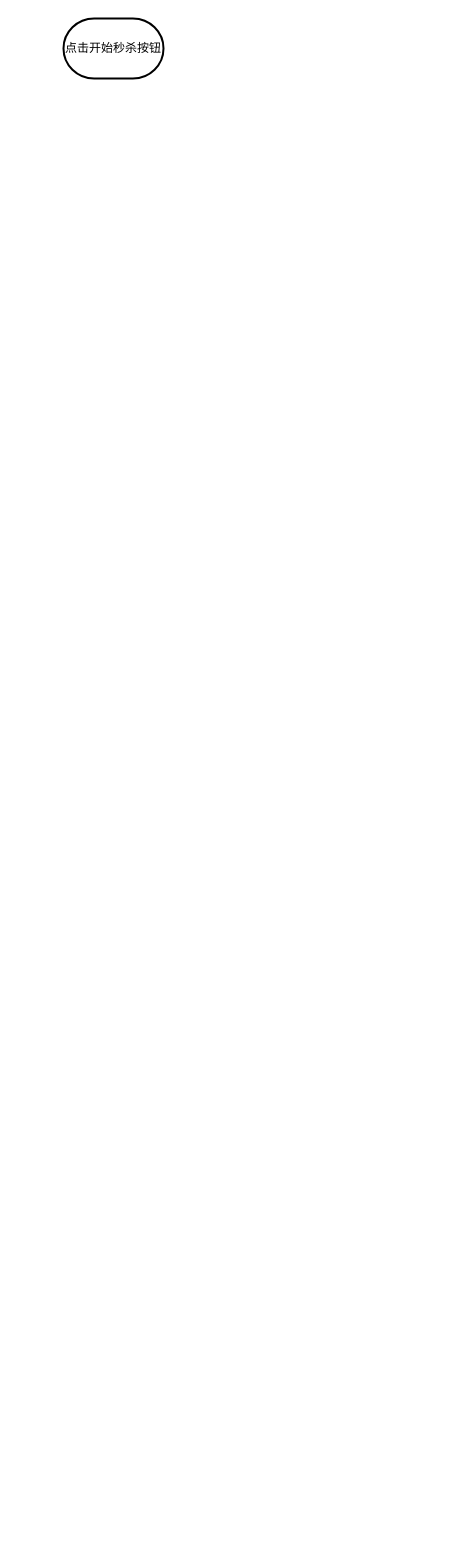
Above: 秒杀商品流程图.drawio in jacbo-emm/mall (draw.io), before the change. Source tidied: cells renumbered, new cells numbered last; positions are measured from the earlier drawing's top-left corner, leaving out a move shared by most shapes. Both pictures are drawn from the tidied source at 100%, with x=0, y=0 at pixel (63, 18).
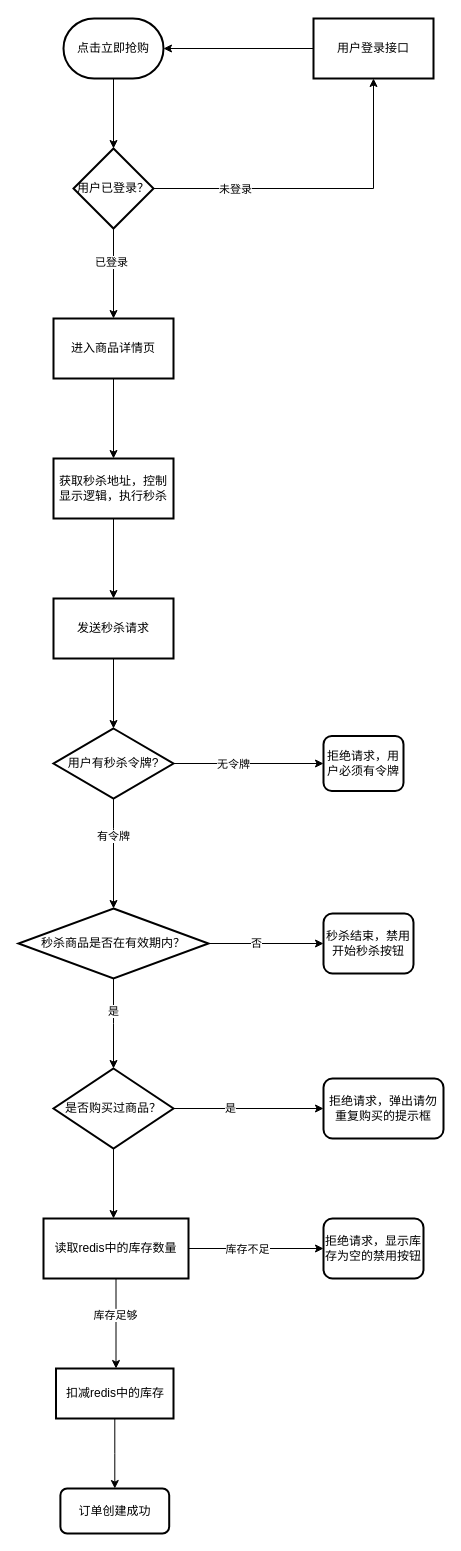
The same diagram, later.

Commit message:
更新秒杀商品流程图.drawio

Diff of the diagram source:
```diff
@@
+    <mxCell id="3" style="edgeStyle=orthogonalEdgeStyle;rounded=0;jettySize=auto;html=1;" parent="1" edge="1" source="2" target="8">
+      <mxGeometry relative="1" as="geometry" />
+    </mxCell>
-    <mxCell id="2" value="点击开始秒杀按钮" style="strokeWidth=2;html=1;shape=mxgraph.flowchart.terminator;whiteSpace=wrap;" parent="1" vertex="1">
+    <mxCell id="2" value="点击立即抢购" style="strokeWidth=2;html=1;shape=mxgraph.flowchart.terminator;whiteSpace=wrap;" parent="1" vertex="1">
       <mxGeometry width="100" height="60" as="geometry" />
     </mxCell>
+    <mxCell id="4" style="edgeStyle=orthogonalEdgeStyle;rounded=0;jettySize=auto;html=1;" parent="1" edge="1" source="8" target="9">
+      <mxGeometry relative="1" as="geometry" />
+    </mxCell>
+    <mxCell id="5" value="未登录" style="edgeLabel;html=1;align=center;verticalAlign=middle;" parent="4" vertex="1">
+      <mxGeometry x="-0.51" y="-2" relative="1" as="geometry">
+        <mxPoint y="-2" as="offset" />
+      </mxGeometry>
+    </mxCell>
+    <mxCell id="6" style="edgeStyle=orthogonalEdgeStyle;rounded=0;jettySize=auto;html=1;" parent="1" edge="1" source="8" target="12">
+      <mxGeometry relative="1" as="geometry" />
+    </mxCell>
+    <mxCell id="7" value="已登录" style="edgeLabel;html=1;align=center;verticalAlign=middle;" parent="6" vertex="1">
+      <mxGeometry x="-0.27" y="-3" relative="1" as="geometry" />
+    </mxCell>
+    <mxCell id="8" value="用户已登录？" style="rhombus;whiteSpace=wrap;html=1;strokeWidth=2;" parent="1" vertex="1">
+      <mxGeometry x="10" y="130" width="80" height="80" as="geometry" />
+    </mxCell>
+    <mxCell id="9" value="用户登录接口" style="whiteSpace=wrap;html=1;strokeWidth=2;" parent="1" vertex="1">
+      <mxGeometry x="250" width="120" height="60" as="geometry" />
+    </mxCell>
+    <mxCell id="10" style="endArrow=classic;html=1;rounded=0;exitX=0;exitY=0.5;exitDx=0;exitDy=0;entryX=1;entryY=0.5;entryDx=0;entryDy=0;entryPerimeter=0;" parent="1" edge="1" source="9" target="2">
+      <mxGeometry relative="1" as="geometry" />
+    </mxCell>
+    <mxCell id="11" style="edgeStyle=orthogonalEdgeStyle;rounded=0;jettySize=auto;html=1;" parent="1" edge="1" source="12" target="14">
+      <mxGeometry relative="1" as="geometry" />
+    </mxCell>
+    <mxCell id="12" value="进入商品详情页" style="whiteSpace=wrap;html=1;strokeWidth=2;" parent="1" vertex="1">
+      <mxGeometry x="-10" y="300" width="120" height="60" as="geometry" />
+    </mxCell>
+    <mxCell id="13" style="edgeStyle=orthogonalEdgeStyle;rounded=0;jettySize=auto;html=1;" parent="1" edge="1" source="14" target="16">
+      <mxGeometry relative="1" as="geometry" />
+    </mxCell>
+    <mxCell id="14" value="获取秒杀地址，控制显示逻辑，执行秒杀" style="whiteSpace=wrap;html=1;strokeWidth=2;" parent="1" vertex="1">
+      <mxGeometry x="-10" y="440" width="120" height="60" as="geometry" />
+    </mxCell>
+    <mxCell id="15" style="edgeStyle=orthogonalEdgeStyle;rounded=0;jettySize=auto;html=1;" parent="1" edge="1" source="16" target="21">
+      <mxGeometry relative="1" as="geometry" />
+    </mxCell>
+    <mxCell id="16" value="发送秒杀请求" style="whiteSpace=wrap;html=1;strokeWidth=2;" parent="1" vertex="1">
+      <mxGeometry x="-10" y="580" width="120" height="60" as="geometry" />
+    </mxCell>
+    <mxCell id="17" style="edgeStyle=orthogonalEdgeStyle;rounded=0;jettySize=auto;html=1;" parent="1" edge="1" source="21" target="22">
+      <mxGeometry relative="1" as="geometry" />
+    </mxCell>
+    <mxCell id="18" value="无令牌" style="edgeLabel;html=1;align=center;verticalAlign=middle;" parent="17" vertex="1">
+      <mxGeometry x="-0.21" y="-3" relative="1" as="geometry">
+        <mxPoint y="-3" as="offset" />
+      </mxGeometry>
+    </mxCell>
+    <mxCell id="19" style="edgeStyle=orthogonalEdgeStyle;rounded=0;jettySize=auto;html=1;" parent="1" edge="1" source="21" target="27">
+      <mxGeometry relative="1" as="geometry">
+        <Array as="points">
+          <mxPoint x="50" y="810" />
+          <mxPoint x="50" y="810" />
+        </Array>
+      </mxGeometry>
+    </mxCell>
+    <mxCell id="20" value="有令牌" style="edgeLabel;html=1;align=center;verticalAlign=middle;" parent="19" vertex="1">
+      <mxGeometry x="-0.33" y="-1" relative="1" as="geometry" />
+    </mxCell>
+    <mxCell id="21" value="用户有秒杀令牌?" style="rhombus;whiteSpace=wrap;html=1;strokeWidth=2;" parent="1" vertex="1">
+      <mxGeometry x="-10" y="710" width="120" height="70" as="geometry" />
+    </mxCell>
+    <mxCell id="22" value="拒绝请求，用户必须有令牌" style="rounded=1;whiteSpace=wrap;html=1;strokeWidth=2;" parent="1" vertex="1">
+      <mxGeometry x="260" y="717.5" width="80" height="55" as="geometry" />
+    </mxCell>
+    <mxCell id="23" style="edgeStyle=orthogonalEdgeStyle;rounded=0;jettySize=auto;html=1;" parent="1" edge="1" source="27" target="28">
+      <mxGeometry relative="1" as="geometry" />
+    </mxCell>
+    <mxCell id="24" value="否" style="edgeLabel;html=1;align=center;verticalAlign=middle;" parent="23" vertex="1">
+      <mxGeometry x="-0.19" y="1" relative="1" as="geometry" />
+    </mxCell>
+    <mxCell id="25" style="edgeStyle=orthogonalEdgeStyle;rounded=0;jettySize=auto;html=1;" parent="1" edge="1" source="27">
+      <mxGeometry relative="1" as="geometry">
+        <mxPoint x="50" y="1050" as="targetPoint" />
+      </mxGeometry>
+    </mxCell>
+    <mxCell id="26" value="是" style="edgeLabel;html=1;align=center;verticalAlign=middle;" parent="25" vertex="1">
+      <mxGeometry x="-0.29" y="-1" relative="1" as="geometry" />
+    </mxCell>
+    <mxCell id="27" value="秒杀商品是否在有效期内？" style="rhombus;whiteSpace=wrap;html=1;strokeWidth=2;" parent="1" vertex="1">
+      <mxGeometry x="-45" y="890" width="190" height="70" as="geometry" />
+    </mxCell>
+    <mxCell id="28" value="秒杀结束，禁用开始秒杀按钮" style="rounded=1;whiteSpace=wrap;html=1;strokeWidth=2;" parent="1" vertex="1">
+      <mxGeometry x="260" y="895" width="90" height="60" as="geometry" />
+    </mxCell>
+    <mxCell id="29" style="edgeStyle=orthogonalEdgeStyle;rounded=0;jettySize=auto;html=1;" parent="1" edge="1" source="31" target="40">
+      <mxGeometry relative="1" as="geometry" />
+    </mxCell>
+    <mxCell id="30" value="是" style="edgeLabel;html=1;align=center;verticalAlign=middle;" parent="29" vertex="1">
+      <mxGeometry x="-0.26" y="1" relative="1" as="geometry" />
+    </mxCell>
+    <mxCell id="31" value="是否购买过商品？" style="strokeWidth=2;html=1;shape=mxgraph.flowchart.decision;whiteSpace=wrap;" parent="1" vertex="1">
+      <mxGeometry x="-10" y="1050" width="120" height="80" as="geometry" />
+    </mxCell>
+    <mxCell id="32" style="edgeStyle=orthogonalEdgeStyle;rounded=0;jettySize=auto;html=1;" parent="1" edge="1" source="36" target="37">
+      <mxGeometry relative="1" as="geometry" />
+    </mxCell>
+    <mxCell id="33" value="库存不足" style="edgeLabel;html=1;align=center;verticalAlign=middle;" parent="32" vertex="1">
+      <mxGeometry x="-0.23" y="2" relative="1" as="geometry">
+        <mxPoint x="6" y="2" as="offset" />
+      </mxGeometry>
+    </mxCell>
+    <mxCell id="34" style="edgeStyle=orthogonalEdgeStyle;rounded=0;jettySize=auto;html=1;" parent="1" edge="1" source="36" target="42">
+      <mxGeometry relative="1" as="geometry">
+        <Array as="points">
+          <mxPoint x="53" y="1290" />
+          <mxPoint x="53" y="1290" />
+        </Array>
+      </mxGeometry>
+    </mxCell>
+    <mxCell id="35" value="库存足够" style="edgeLabel;html=1;align=center;verticalAlign=middle;" parent="34" vertex="1">
+      <mxGeometry x="-0.19" y="-1" relative="1" as="geometry" />
+    </mxCell>
+    <mxCell id="36" value="读取redis中的库存数量" style="whiteSpace=wrap;html=1;strokeWidth=2;" parent="1" vertex="1">
+      <mxGeometry x="-20" y="1200" width="145" height="60" as="geometry" />
+    </mxCell>
+    <mxCell id="37" value="拒绝请求，显示库存为空的禁用按钮" style="rounded=1;whiteSpace=wrap;html=1;strokeWidth=2;" parent="1" vertex="1">
+      <mxGeometry x="260" y="1200" width="100" height="60" as="geometry" />
+    </mxCell>
+    <mxCell id="38" style="edgeStyle=orthogonalEdgeStyle;rounded=0;orthogonalLoop=1;jettySize=auto;html=1;exitX=0.5;exitY=1;exitDx=0;exitDy=0;" parent="1" edge="1" source="37" target="37">
+      <mxGeometry relative="1" as="geometry" />
+    </mxCell>
+    <mxCell id="39" style="endArrow=classic;html=1;rounded=0;exitX=0.5;exitY=1;exitDx=0;exitDy=0;exitPerimeter=0;" parent="1" edge="1" source="31">
+      <mxGeometry relative="1" as="geometry">
+        <mxPoint x="50" y="1200" as="targetPoint" />
+      </mxGeometry>
+    </mxCell>
+    <mxCell id="40" value="拒绝请求，弹出请勿重复购买的提示框" style="rounded=1;whiteSpace=wrap;html=1;strokeWidth=2;" parent="1" vertex="1">
+      <mxGeometry x="260" y="1060" width="120" height="60" as="geometry" />
+    </mxCell>
+    <mxCell id="41" style="edgeStyle=orthogonalEdgeStyle;rounded=0;jettySize=auto;html=1;" parent="1" edge="1" source="42" target="43">
+      <mxGeometry relative="1" as="geometry" />
+    </mxCell>
+    <mxCell id="42" value="扣减redis中的库存" style="whiteSpace=wrap;html=1;strokeWidth=2;" parent="1" vertex="1">
+      <mxGeometry x="-7.5" y="1350" width="117.5" height="50" as="geometry" />
+    </mxCell>
+    <mxCell id="43" value="订单创建成功" style="rounded=1;whiteSpace=wrap;html=1;strokeWidth=2;" parent="1" vertex="1">
+      <mxGeometry x="-3.1" y="1470" width="108.8" height="45" as="geometry" />
+    </mxCell>
```
